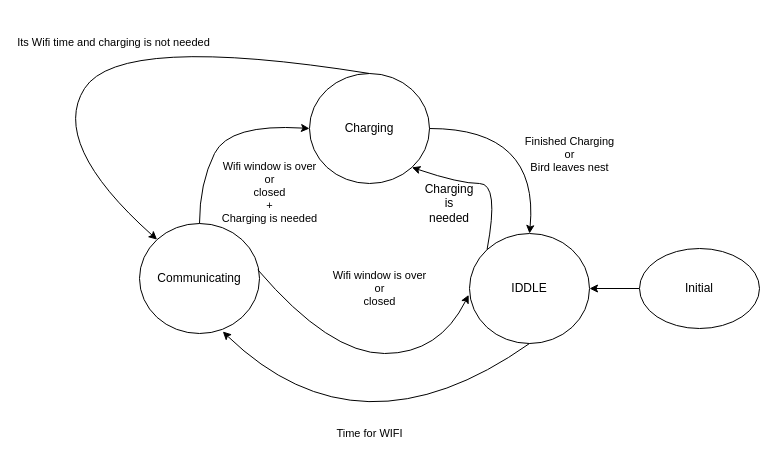
Earlier version of the draw.io diagram Utils/Drawio/Diagrama_de_Estados.drawio (tlondero/Dise-o). Source tidied: cells renumbered, new cells numbered last; positions are measured from the earlier drawing's top-left corner, leaving out a move shared by most shapes. Both pictures are drawn from the tidied source at 100%, with x=0, y=0 at pixel (49, 33).
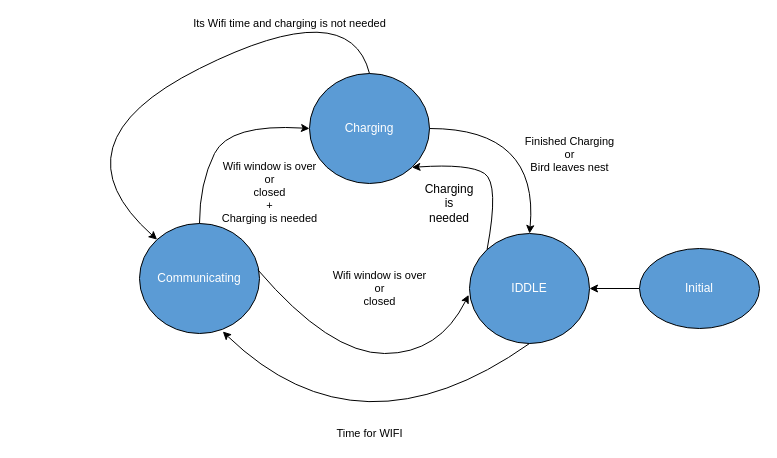
Above is the later version.

Diff of the diagram source:
```diff
@@
-    <mxCell id="0" />
-    <mxCell id="1" parent="0" />
+    <mxCell id="14" />
+    <mxCell id="15" parent="14" />
-    <mxCell id="2" value="Charging&lt;br&gt;" style="ellipse;whiteSpace=wrap;html=1;" parent="1" vertex="1">
+    <mxCell id="2" value="Charging&lt;br&gt;" style="ellipse;whiteSpace=wrap;html=1;fillColor=#5B9BD5;fontColor=#FFFFFF;" parent="15" vertex="1">
       <mxGeometry x="260" y="40" width="120" height="110" as="geometry" />
     </mxCell>
-    <mxCell id="3" value="IDDLE" style="ellipse;whiteSpace=wrap;html=1;" parent="1" vertex="1">
+    <mxCell id="3" value="IDDLE" style="ellipse;whiteSpace=wrap;html=1;fillColor=#5B9BD5;fontColor=#FFFFFF;" parent="15" vertex="1">
       <mxGeometry x="420" y="200" width="120" height="110" as="geometry" />
     </mxCell>
-    <mxCell id="4" value="Communicating" style="ellipse;whiteSpace=wrap;html=1;" parent="1" vertex="1">
+    <mxCell id="4" value="Communicating" style="ellipse;whiteSpace=wrap;html=1;fillColor=#5B9BD5;fontColor=#FFFFFF;" parent="15" vertex="1">
       <mxGeometry x="90" y="190" width="120" height="110" as="geometry" />
     </mxCell>
-    <mxCell id="5" value="Wifi window is over&lt;br&gt;or&lt;br&gt;closed&lt;br&gt;+&lt;br&gt;Charging is needed" style="curved=1;endArrow=classic;html=1;exitX=0.5;exitY=0;exitDx=0;exitDy=0;entryX=0;entryY=0.5;entryDx=0;entryDy=0;" parent="1" edge="1" source="4" target="2">
+    <mxCell id="5" value="Wifi window is over&lt;br&gt;or&lt;br&gt;closed&lt;br&gt;+&lt;br&gt;Charging is needed" style="curved=1;endArrow=classic;html=1;exitX=0.5;exitY=0;exitDx=0;exitDy=0;entryX=0;entryY=0.5;entryDx=0;entryDy=0;labelBackgroundColor=none;" parent="15" edge="1" source="4" target="2">
       <mxGeometry x="-0.33" y="-67" relative="1" as="geometry">
         <Array as="points">
           <mxPoint x="150" y="150" />
           <mxPoint x="180" y="90" />
         </Array>
       </mxGeometry>
     </mxCell>
-    <mxCell id="6" value="Finished Charging&lt;br&gt;or&lt;br&gt;Bird leaves nest" style="curved=1;endArrow=classic;html=1;exitX=1;exitY=0.5;exitDx=0;exitDy=0;entryX=0.5;entryY=0;entryDx=0;entryDy=0;" parent="1" edge="1" source="2" target="3">
+    <mxCell id="6" value="Finished Charging&lt;br&gt;or&lt;br&gt;Bird leaves nest" style="curved=1;endArrow=classic;html=1;exitX=1;exitY=0.5;exitDx=0;exitDy=0;entryX=0.5;entryY=0;entryDx=0;entryDy=0;labelBackgroundColor=none;" parent="15" edge="1" source="2" target="3">
       <mxGeometry x="0.23" y="32" relative="1" as="geometry">
         <Array as="points">
           <mxPoint x="490" y="95" />
         </Array>
       </mxGeometry>
     </mxCell>
-    <mxCell id="7" value="Time for WIFI" style="curved=1;endArrow=classic;html=1;exitX=0.5;exitY=1;exitDx=0;exitDy=0;entryX=0.694;entryY=0.982;entryDx=0;entryDy=0;entryPerimeter=0;" parent="1" edge="1" source="3" target="4">
+    <mxCell id="7" value="Time for WIFI" style="curved=1;endArrow=classic;html=1;exitX=0.5;exitY=1;exitDx=0;exitDy=0;entryX=0.694;entryY=0.982;entryDx=0;entryDy=0;entryPerimeter=0;labelBackgroundColor=none;" parent="15" edge="1" source="3" target="4">
       <mxGeometry x="-0.08" y="-19" relative="1" as="geometry">
         <Array as="points">
           <mxPoint x="310" y="430" />
         </Array>
       </mxGeometry>
     </mxCell>
-    <mxCell id="8" value="&#10;&#10;&lt;span style=&quot;color: rgb(0, 0, 0); font-family: helvetica; font-size: 11px; font-style: normal; font-weight: 400; letter-spacing: normal; text-align: center; text-indent: 0px; text-transform: none; word-spacing: 0px; background-color: rgb(255, 255, 255); display: inline; float: none;&quot;&gt;Wifi window is over&lt;/span&gt;&lt;br style=&quot;color: rgb(0, 0, 0); font-family: helvetica; font-size: 11px; font-style: normal; font-weight: 400; letter-spacing: normal; text-align: center; text-indent: 0px; text-transform: none; word-spacing: 0px;&quot;&gt;&lt;span style=&quot;color: rgb(0, 0, 0); font-family: helvetica; font-size: 11px; font-style: normal; font-weight: 400; letter-spacing: normal; text-align: center; text-indent: 0px; text-transform: none; word-spacing: 0px; background-color: rgb(255, 255, 255); display: inline; float: none;&quot;&gt;or&lt;/span&gt;&lt;br style=&quot;color: rgb(0, 0, 0); font-family: helvetica; font-size: 11px; font-style: normal; font-weight: 400; letter-spacing: normal; text-align: center; text-indent: 0px; text-transform: none; word-spacing: 0px;&quot;&gt;&lt;span style=&quot;color: rgb(0, 0, 0); font-family: helvetica; font-size: 11px; font-style: normal; font-weight: 400; letter-spacing: normal; text-align: center; text-indent: 0px; text-transform: none; word-spacing: 0px; background-color: rgb(255, 255, 255); display: inline; float: none;&quot;&gt;closed&lt;/span&gt;&#10;&#10;" style="curved=1;endArrow=classic;html=1;exitX=0.986;exitY=0.421;exitDx=0;exitDy=0;exitPerimeter=0;entryX=-0.007;entryY=0.558;entryDx=0;entryDy=0;entryPerimeter=0;" parent="1" edge="1" source="4" target="3">
+    <mxCell id="8" value="&#10;&#10;&lt;span style=&quot;color: rgb(0, 0, 0); font-family: helvetica; font-size: 11px; font-style: normal; font-weight: 400; letter-spacing: normal; text-align: center; text-indent: 0px; text-transform: none; word-spacing: 0px; display: inline; float: none;&quot;&gt;Wifi window is over&lt;/span&gt;&lt;br style=&quot;color: rgb(0, 0, 0); font-family: helvetica; font-size: 11px; font-style: normal; font-weight: 400; letter-spacing: normal; text-align: center; text-indent: 0px; text-transform: none; word-spacing: 0px;&quot;&gt;&lt;span style=&quot;color: rgb(0, 0, 0); font-family: helvetica; font-size: 11px; font-style: normal; font-weight: 400; letter-spacing: normal; text-align: center; text-indent: 0px; text-transform: none; word-spacing: 0px; display: inline; float: none;&quot;&gt;or&lt;/span&gt;&lt;br style=&quot;color: rgb(0, 0, 0); font-family: helvetica; font-size: 11px; font-style: normal; font-weight: 400; letter-spacing: normal; text-align: center; text-indent: 0px; text-transform: none; word-spacing: 0px;&quot;&gt;&lt;span style=&quot;color: rgb(0, 0, 0); font-family: helvetica; font-size: 11px; font-style: normal; font-weight: 400; letter-spacing: normal; text-align: center; text-indent: 0px; text-transform: none; word-spacing: 0px; display: inline; float: none;&quot;&gt;closed&lt;/span&gt;&#10;&#10;" style="curved=1;endArrow=classic;html=1;exitX=0.986;exitY=0.421;exitDx=0;exitDy=0;exitPerimeter=0;entryX=-0.007;entryY=0.558;entryDx=0;entryDy=0;entryPerimeter=0;labelBackgroundColor=none;" parent="15" edge="1" source="4" target="3">
       <mxGeometry x="0.12" y="65" relative="1" as="geometry">
         <Array as="points">
           <mxPoint x="280" y="320" />
           <mxPoint x="390" y="320" />
         </Array>
       </mxGeometry>
     </mxCell>
-    <mxCell id="9" style="curved=1;endArrow=classic;html=1;entryX=1;entryY=1;entryDx=0;entryDy=0;exitX=0;exitY=0;exitDx=0;exitDy=0;" parent="1" edge="1" source="3" target="2">
+    <mxCell id="9" style="curved=1;endArrow=classic;html=1;entryX=1;entryY=1;entryDx=0;entryDy=0;exitX=0;exitY=0;exitDx=0;exitDy=0;" parent="15" edge="1" source="3" target="2">
       <mxGeometry relative="1" as="geometry">
         <Array as="points">
           <mxPoint x="450" y="150" />
-          <mxPoint x="410" y="150" />
+          <mxPoint x="420" y="130" />
         </Array>
       </mxGeometry>
     </mxCell>
-    <mxCell id="10" value="Charging is needed" style="text;html=1;strokeColor=none;fillColor=none;align=center;verticalAlign=middle;whiteSpace=wrap;rounded=0;" parent="1" vertex="1">
+    <mxCell id="10" value="Charging is needed" style="text;html=1;strokeColor=none;fillColor=none;align=center;verticalAlign=middle;whiteSpace=wrap;rounded=0;" parent="15" vertex="1">
       <mxGeometry x="380" y="160" width="40" height="20" as="geometry" />
     </mxCell>
-    <mxCell id="11" value="Its Wifi time and charging is not needed" style="curved=1;endArrow=classic;html=1;exitX=0.5;exitY=0;exitDx=0;exitDy=0;entryX=0;entryY=0;entryDx=0;entryDy=0;" parent="1" edge="1" source="2" target="4">
-      <mxGeometry relative="1" as="geometry">
+    <mxCell id="11" value="Its Wifi time and charging is not needed" style="curved=1;endArrow=classic;html=1;exitX=0.5;exitY=0;exitDx=0;exitDy=0;entryX=0;entryY=0;entryDx=0;entryDy=0;labelBackgroundColor=none;" parent="15" edge="1" source="2" target="4">
+      <mxGeometry x="-0.47" relative="1" as="geometry">
         <Array as="points">
-          <mxPoint x="70" />
+          <mxPoint x="300" y="-40" />
           <mxPoint y="110" />
         </Array>
       </mxGeometry>
     </mxCell>
-    <mxCell id="12" style="edgeStyle=orthogonalEdgeStyle;rounded=0;jettySize=auto;html=1;" parent="1" edge="1" source="13" target="3">
+    <mxCell id="12" style="edgeStyle=orthogonalEdgeStyle;rounded=0;jettySize=auto;html=1;" parent="15" edge="1" source="13" target="3">
       <mxGeometry relative="1" as="geometry" />
     </mxCell>
-    <mxCell id="13" value="Initial" style="ellipse;whiteSpace=wrap;html=1;" parent="1" vertex="1">
+    <mxCell id="13" value="Initial" style="ellipse;whiteSpace=wrap;html=1;fillColor=#5B9BD5;fontColor=#FFFFFF;" parent="15" vertex="1">
       <mxGeometry x="590" y="215" width="120" height="80" as="geometry" />
     </mxCell>
```
